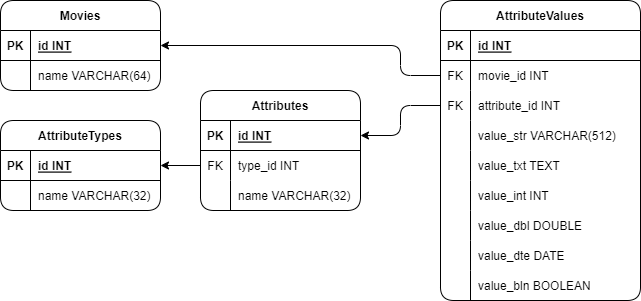
otusteamedu/PHP_2023 keeps this draw.io diagram as 1. scheme.png. Above is the earlier version. Source tidied: cells renumbered, new cells last; positions are measured from the earlier drawing's top-left corner, leaving out a move shared by most shapes.
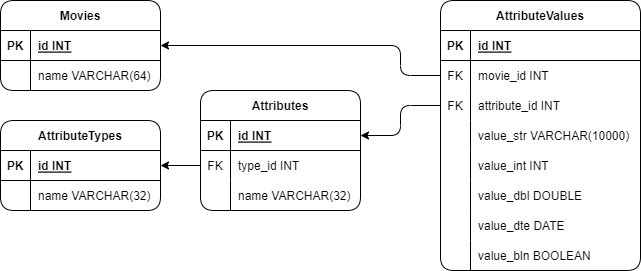
Later version of the same file.

Commit message:
Обновлена схема

Change to the diagram source:
```diff
@@ -65,7 +65,7 @@
       </mxGeometry>
     </mxCell>
     <mxCell id="21" value="AttributeValues" style="shape=table;startSize=30;rowLines=0;fontStyle=1;align=center;rounded=1;" parent="1" vertex="1">
-      <mxGeometry x="440" width="200" height="300" as="geometry" />
+      <mxGeometry x="440" width="200" height="270" as="geometry" />
     </mxCell>
     <mxCell id="22" style="shape=tableRow;horizontal=0;startSize=0;swimlaneHead=0;swimlaneBody=0;fillColor=none;top=0;left=0;right=0;bottom=1;rounded=1;" parent="21" vertex="1">
       <mxGeometry y="30" width="200" height="30" as="geometry" />
@@ -100,20 +100,11 @@
     <mxCell id="32" style="shape=partialRectangle;fillColor=none;top=0;left=0;bottom=0;right=0;overflow=hidden;rounded=1;" parent="31" vertex="1">
       <mxGeometry width="30" height="30" as="geometry" />
     </mxCell>
-    <mxCell id="33" value="value_str VARCHAR(512)" style="shape=partialRectangle;fillColor=none;top=0;left=0;bottom=0;right=0;align=left;spacingLeft=6;overflow=hidden;rounded=1;" parent="31" vertex="1">
+    <mxCell id="33" value="value_str VARCHAR(10000)" style="shape=partialRectangle;fillColor=none;top=0;left=0;bottom=0;right=0;align=left;spacingLeft=6;overflow=hidden;rounded=1;" parent="31" vertex="1">
       <mxGeometry x="30" width="170" height="30" as="geometry" />
     </mxCell>
-    <mxCell id="34" style="shape=tableRow;horizontal=0;startSize=0;swimlaneHead=0;swimlaneBody=0;fillColor=none;top=0;left=0;right=0;bottom=0;rounded=1;" parent="21" vertex="1">
-      <mxGeometry y="150" width="200" height="30" as="geometry" />
-    </mxCell>
-    <mxCell id="35" style="shape=partialRectangle;fillColor=none;top=0;left=0;bottom=0;right=0;overflow=hidden;rounded=1;" parent="34" vertex="1">
-      <mxGeometry width="30" height="30" as="geometry" />
-    </mxCell>
-    <mxCell id="36" value="value_txt TEXT" style="shape=partialRectangle;fillColor=none;top=0;left=0;bottom=0;right=0;align=left;spacingLeft=6;overflow=hidden;rounded=1;" parent="34" vertex="1">
-      <mxGeometry x="30" width="170" height="30" as="geometry" />
-    </mxCell>
     <mxCell id="37" style="shape=tableRow;horizontal=0;startSize=0;swimlaneHead=0;swimlaneBody=0;fillColor=none;top=0;left=0;right=0;bottom=0;rounded=1;" parent="21" vertex="1">
-      <mxGeometry y="180" width="200" height="30" as="geometry" />
+      <mxGeometry y="150" width="200" height="30" as="geometry" />
     </mxCell>
     <mxCell id="38" style="shape=partialRectangle;fillColor=none;top=0;left=0;bottom=0;right=0;overflow=hidden;rounded=1;" parent="37" vertex="1">
       <mxGeometry width="30" height="30" as="geometry" />
@@ -122,7 +113,7 @@
       <mxGeometry x="30" width="170" height="30" as="geometry" />
     </mxCell>
     <mxCell id="40" style="shape=tableRow;horizontal=0;startSize=0;swimlaneHead=0;swimlaneBody=0;fillColor=none;top=0;left=0;right=0;bottom=0;rounded=1;" parent="21" vertex="1">
-      <mxGeometry y="210" width="200" height="30" as="geometry" />
+      <mxGeometry y="180" width="200" height="30" as="geometry" />
     </mxCell>
     <mxCell id="41" style="shape=partialRectangle;fillColor=none;top=0;left=0;bottom=0;right=0;overflow=hidden;rounded=1;" parent="40" vertex="1">
       <mxGeometry width="30" height="30" as="geometry" />
@@ -131,7 +122,7 @@
       <mxGeometry x="30" width="170" height="30" as="geometry" />
     </mxCell>
     <mxCell id="43" style="shape=tableRow;horizontal=0;startSize=0;swimlaneHead=0;swimlaneBody=0;fillColor=none;top=0;left=0;right=0;bottom=0;rounded=1;" parent="21" vertex="1">
-      <mxGeometry y="240" width="200" height="30" as="geometry" />
+      <mxGeometry y="210" width="200" height="30" as="geometry" />
     </mxCell>
     <mxCell id="44" style="shape=partialRectangle;fillColor=none;top=0;left=0;bottom=0;right=0;overflow=hidden;rounded=1;" parent="43" vertex="1">
       <mxGeometry width="30" height="30" as="geometry" />
@@ -140,7 +131,7 @@
       <mxGeometry x="30" width="170" height="30" as="geometry" />
     </mxCell>
     <mxCell id="46" style="shape=tableRow;horizontal=0;startSize=0;swimlaneHead=0;swimlaneBody=0;fillColor=none;top=0;left=0;right=0;bottom=0;rounded=1;" parent="21" vertex="1">
-      <mxGeometry y="270" width="200" height="30" as="geometry" />
+      <mxGeometry y="240" width="200" height="30" as="geometry" />
     </mxCell>
     <mxCell id="47" style="shape=partialRectangle;fillColor=none;top=0;left=0;bottom=0;right=0;overflow=hidden;rounded=1;" parent="46" vertex="1">
       <mxGeometry width="30" height="30" as="geometry" />
```
